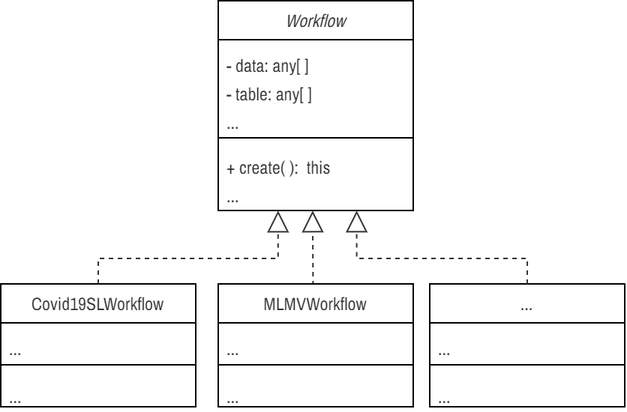
This is public/static/doc/workflow-classes.png from saifulkhan/storytelling-vis, a draw.io export, as it was before one commit. Source tidied: cells renumbered, new cells last; positions are measured from the earlier drawing's top-left corner, leaving out a move shared by most shapes.
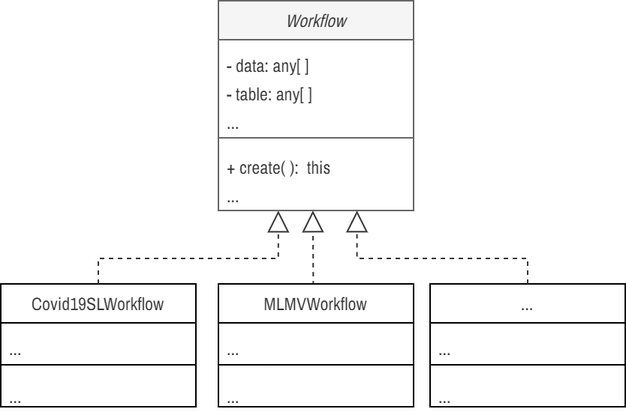
Later version of the same file.

What changed in the source:
```diff
@@ -2,7 +2,7 @@
   <root>
     <mxCell id="0" />
     <mxCell id="1" parent="0" />
-    <mxCell id="2" value="&lt;font face=&quot;Archivo Narrow&quot; style=&quot;font-size: 12px; font-weight: normal;&quot;&gt;&lt;i&gt;Workflow&lt;/i&gt;&lt;/font&gt;" style="swimlane;fontStyle=1;align=center;verticalAlign=top;horizontal=1;startSize=26;whiteSpace=wrap;html=1;fontFamily=Fira Sans Extra Condensed;fontSource=https%3A%2F%2Ffonts.googleapis.com%2Fcss%3Ffamily%3DFira%2BSans%2BExtra%2BCondensed;fontSize=12;fontColor=#333333;" parent="1" vertex="1">
+    <mxCell id="2" value="&lt;font face=&quot;Archivo Narrow&quot; style=&quot;font-size: 12px; font-weight: normal;&quot;&gt;&lt;i&gt;Workflow&lt;/i&gt;&lt;/font&gt;" style="swimlane;fontStyle=1;align=center;verticalAlign=top;horizontal=1;startSize=26;whiteSpace=wrap;html=1;fontFamily=Fira Sans Extra Condensed;fontSource=https%3A%2F%2Ffonts.googleapis.com%2Fcss%3Ffamily%3DFira%2BSans%2BExtra%2BCondensed;fontSize=12;fontColor=#333333;fillColor=#f5f5f5;strokeColor=#666666;" parent="1" vertex="1">
       <mxGeometry x="145" width="130" height="140" as="geometry" />
     </mxCell>
     <mxCell id="3" value="&lt;font face=&quot;Archivo Narrow&quot; style=&quot;font-size: 12px;&quot;&gt;- data: any[ ]&lt;/font&gt;&lt;div&gt;&lt;font face=&quot;Archivo Narrow&quot; style=&quot;font-size: 12px;&quot;&gt;- table: any[ ]&lt;/font&gt;&lt;/div&gt;&lt;div&gt;&lt;span style=&quot;font-size: 12px; font-family: &amp;quot;Archivo Narrow&amp;quot;; background-color: initial;&quot;&gt;...&lt;/span&gt;&lt;br&gt;&lt;/div&gt;" style="text;strokeColor=none;fillColor=none;align=left;verticalAlign=top;spacingLeft=4;spacingRight=4;overflow=hidden;whiteSpace=wrap;html=1;fontFamily=Fira Sans Extra Condensed;fontSource=https%3A%2F%2Ffonts.googleapis.com%2Fcss%3Ffamily%3DFira%2BSans%2BExtra%2BCondensed;fontSize=16;fontColor=#333333;" parent="2" vertex="1">
```
